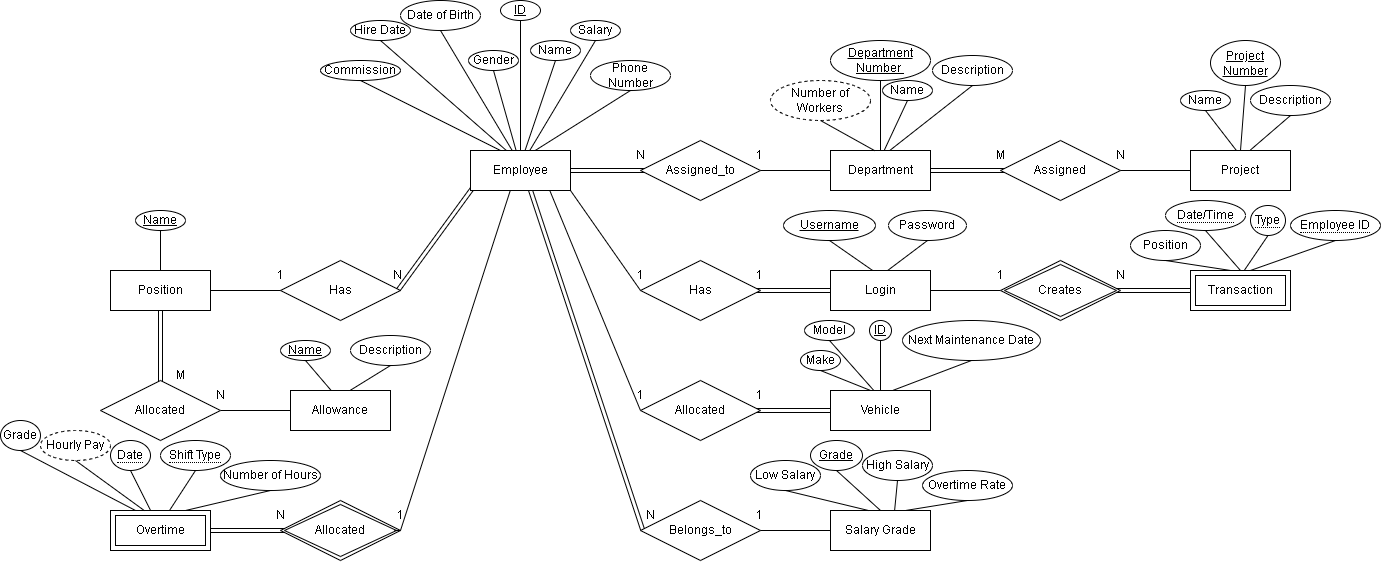
AhmedElkhashn/DB-project keeps this draw.io diagram as Phase 1/ERD.drawio.png. Above is the earlier version. Source tidied: cells renumbered, new cells last; positions are measured from the earlier drawing's top-left corner, leaving out a move shared by most shapes.
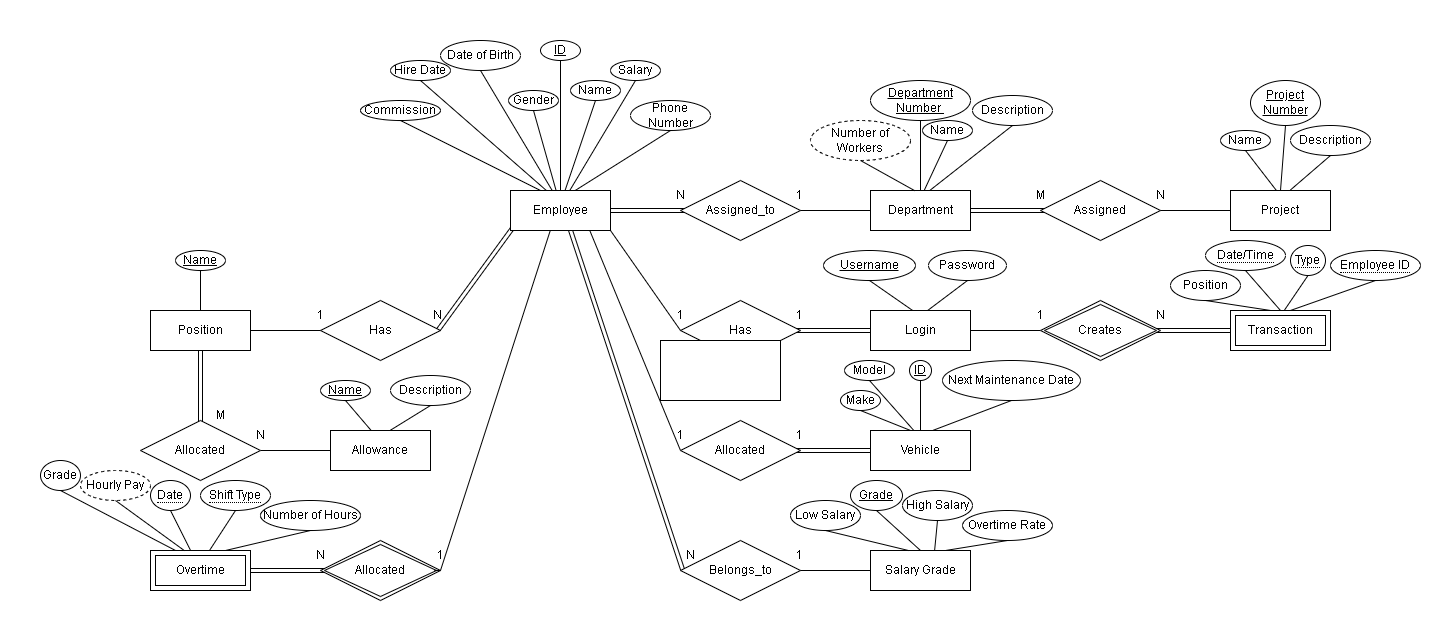
Above is the later version.

Change to the diagram source:
```diff
@@ -2,6 +2,9 @@
   <root>
     <mxCell id="0" />
     <mxCell id="1" parent="0" />
+    <mxCell id="132" style="rounded=0;whiteSpace=wrap;html=1;strokeColor=none;" parent="1" vertex="1">
+      <mxGeometry x="-40" y="-40" width="1440" height="630" as="geometry" />
+    </mxCell>
     <mxCell id="2" style="endArrow=none;html=1;rounded=0;entryX=0;entryY=0.5;entryDx=0;entryDy=0;shape=link;" parent="1" edge="1" target="19">
       <mxGeometry relative="1" as="geometry">
         <mxPoint x="720" y="290" as="sourcePoint" />
@@ -418,5 +421,8 @@
     <mxCell id="131" style="endArrow=none;html=1;rounded=0;entryX=0.5;entryY=1;entryDx=0;entryDy=0;exitX=0.75;exitY=0;exitDx=0;exitDy=0;" parent="1" edge="1" source="25" target="130">
       <mxGeometry relative="1" as="geometry" />
     </mxCell>
+    <mxCell id="133" style="rounded=0;whiteSpace=wrap;html=1;" parent="1" vertex="1">
+      <mxGeometry x="620" y="300" width="120" height="60" as="geometry" />
+    </mxCell>
   </root>
 </mxGraphModel>
```
